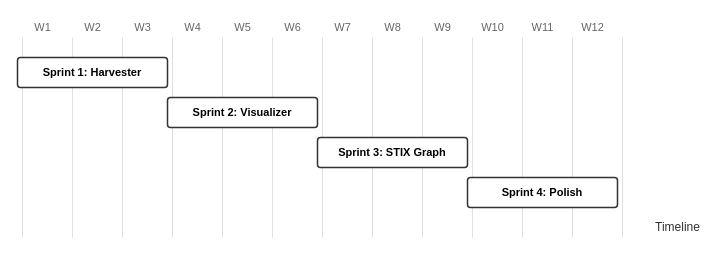
Earlier version of the draw.io diagram rapport-pfe/assets/gantt_chart.drawio (jb-brahim/predictra-threat-map). Source tidied: cells renumbered, new cells numbered last; positions are measured from the earlier drawing's top-left corner, leaving out a move shared by most shapes. Both pictures are drawn from the tidied source at 100%, with x=0, y=0 at pixel (7, 17).
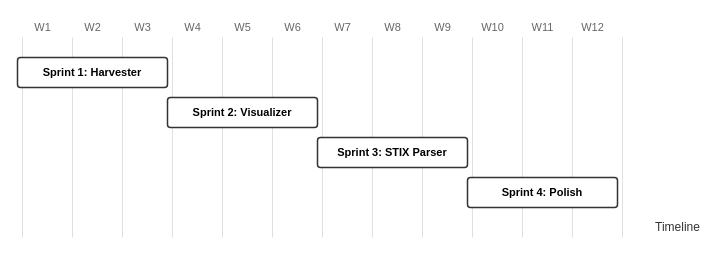
Above is the later version.

What changed in the source:
```diff
@@
-    <mxCell id="29" value="&lt;b&gt;Sprint 3: STIX Graph&lt;/b&gt;" style="rounded=1;whiteSpace=wrap;html=1;fillColor=#FFFFFF;strokeColor=#333333;strokeWidth=1.5;fontColor=#000000;fontSize=11;arcSize=10;" parent="1" vertex="1">
+    <mxCell id="29" value="&lt;b&gt;Sprint 3: STIX Parser&lt;/b&gt;" style="rounded=1;whiteSpace=wrap;html=1;fillColor=#FFFFFF;strokeColor=#333333;strokeWidth=1.5;fontColor=#000000;fontSize=11;arcSize=10;" parent="1" vertex="1">
       <mxGeometry x="310" y="120" width="150" height="30" as="geometry" />
     </mxCell>
```
